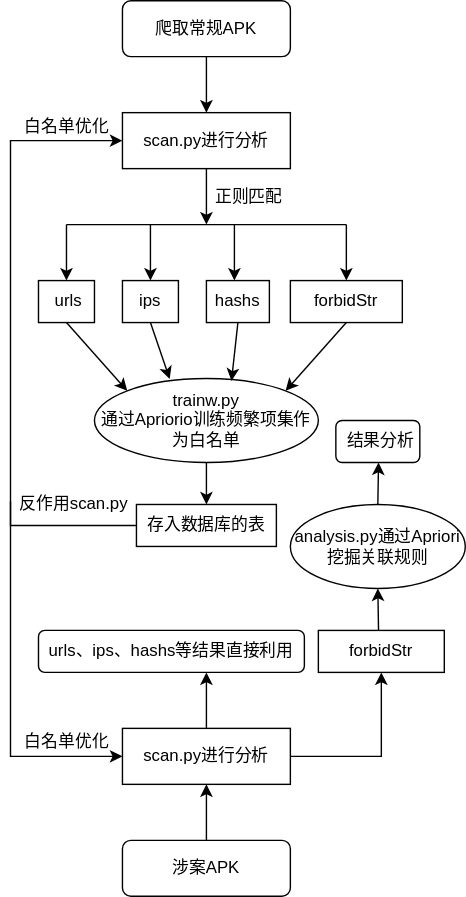
The draw.io diagram 模型.svg in Ech0zr/liuchengtu, before a commit. Source tidied: cells renumbered, new cells last; positions are measured from the earlier drawing's top-left corner, leaving out a move shared by most shapes.
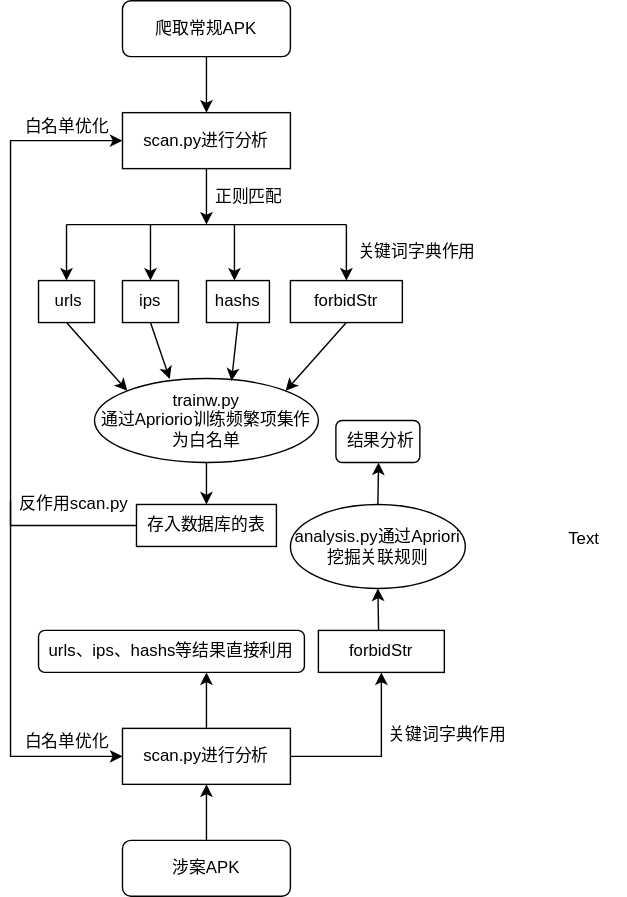
After the commit.

Change to the diagram source:
```diff
@@ -162,5 +162,14 @@
     <mxCell id="39" value="&amp;nbsp;结果分析" style="rounded=1;whiteSpace=wrap;html=1;" parent="1" vertex="1">
       <mxGeometry x="232.5" y="300" width="60" height="30" as="geometry" />
     </mxCell>
+    <mxCell id="40" value="关键词字典作用" style="text;html=1;align=center;verticalAlign=middle;strokeColor=none;fillColor=none;" parent="1" vertex="1">
+      <mxGeometry x="240" y="170" width="100" height="20" as="geometry" />
+    </mxCell>
+    <mxCell id="41" value="Text" style="text;html=1;strokeColor=none;fillColor=none;align=center;verticalAlign=middle;whiteSpace=wrap;rounded=0;" parent="1" vertex="1">
+      <mxGeometry x="380" y="370" width="60" height="30" as="geometry" />
+    </mxCell>
+    <mxCell id="42" value="关键词字典作用" style="text;html=1;strokeColor=none;fillColor=none;align=center;verticalAlign=middle;whiteSpace=wrap;rounded=0;" parent="1" vertex="1">
+      <mxGeometry x="265" y="510" width="95" height="30" as="geometry" />
+    </mxCell>
   </root>
 </mxGraphModel>
```
